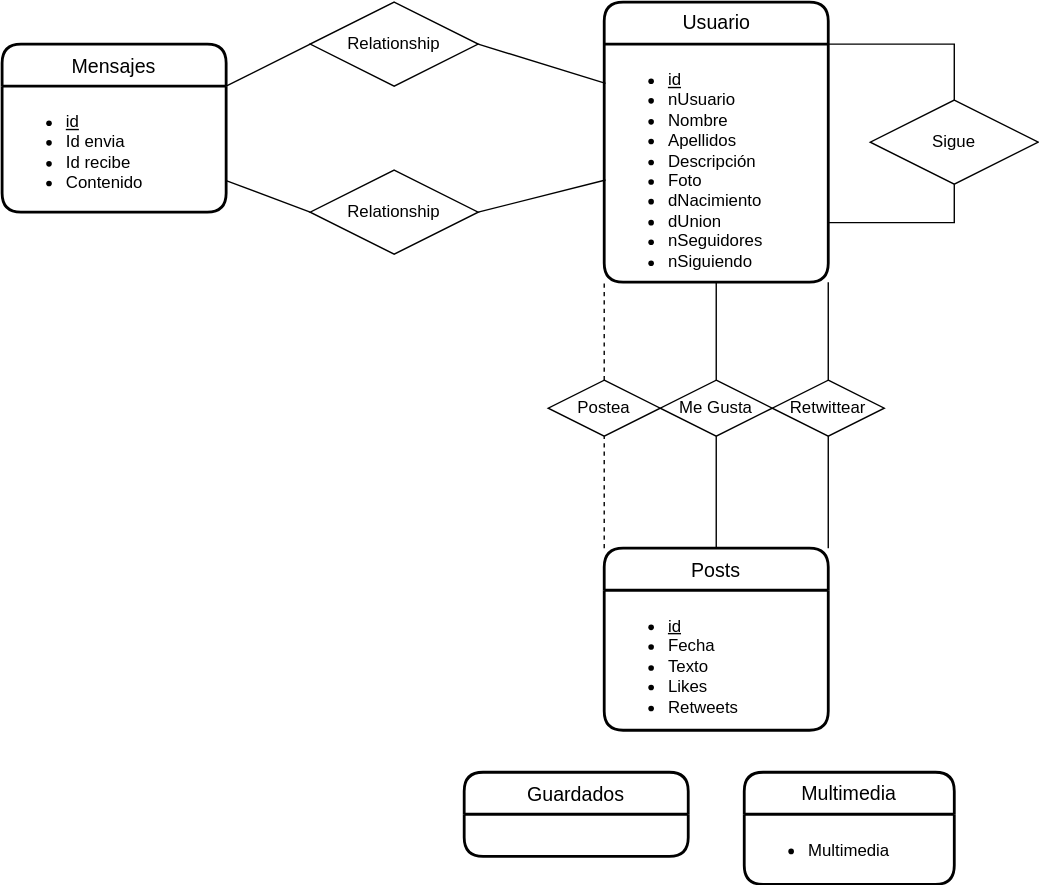
Above: UD12-16.svg in Jimxx22/C3-UD11-UML (draw.io), before the change. Source tidied: cells renumbered, new cells last; positions are measured from the earlier drawing's top-left corner, leaving out a move shared by most shapes.
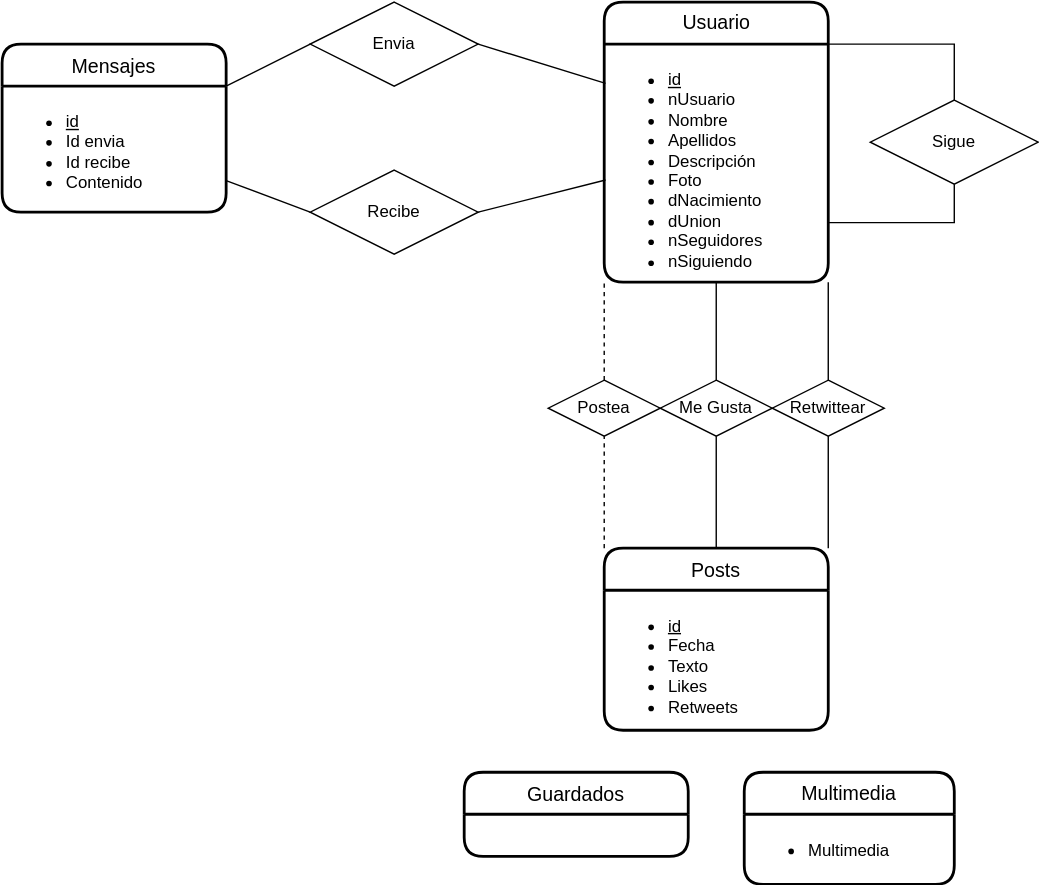
Later version of the same file.

The edit, as a diff of the source:
```diff
@@ -32,13 +32,13 @@
     <mxCell id="11" style="endArrow=none;html=1;rounded=0;labelBackgroundColor=none;entryX=0;entryY=0.5;entryDx=0;entryDy=0;exitX=1;exitY=0.75;exitDx=0;exitDy=0;" parent="1" edge="1" source="7" target="12">
       <mxGeometry relative="1" as="geometry" />
     </mxCell>
-    <mxCell id="12" value="Relationship" style="shape=rhombus;perimeter=rhombusPerimeter;whiteSpace=wrap;html=1;align=center;labelBackgroundColor=none;" parent="1" vertex="1">
+    <mxCell id="12" value="Recibe" style="shape=rhombus;perimeter=rhombusPerimeter;whiteSpace=wrap;html=1;align=center;labelBackgroundColor=none;" parent="1" vertex="1">
       <mxGeometry x="220" y="120" width="120" height="60" as="geometry" />
     </mxCell>
     <mxCell id="13" value="Sigue" style="shape=rhombus;perimeter=rhombusPerimeter;whiteSpace=wrap;html=1;align=center;" parent="1" vertex="1">
       <mxGeometry x="620" y="70" width="120" height="60" as="geometry" />
     </mxCell>
-    <mxCell id="14" value="Relationship" style="shape=rhombus;perimeter=rhombusPerimeter;whiteSpace=wrap;html=1;align=center;labelBackgroundColor=none;" parent="1" vertex="1">
+    <mxCell id="14" value="Envia" style="shape=rhombus;perimeter=rhombusPerimeter;whiteSpace=wrap;html=1;align=center;labelBackgroundColor=none;" parent="1" vertex="1">
       <mxGeometry x="220" width="120" height="60" as="geometry" />
     </mxCell>
     <mxCell id="15" style="edgeStyle=orthogonalEdgeStyle;rounded=0;jettySize=auto;html=1;exitX=1;exitY=0.75;exitDx=0;exitDy=0;entryX=0.5;entryY=1;entryDx=0;entryDy=0;endArrow=none;endFill=0;" parent="1" edge="1" source="3" target="13">
```
